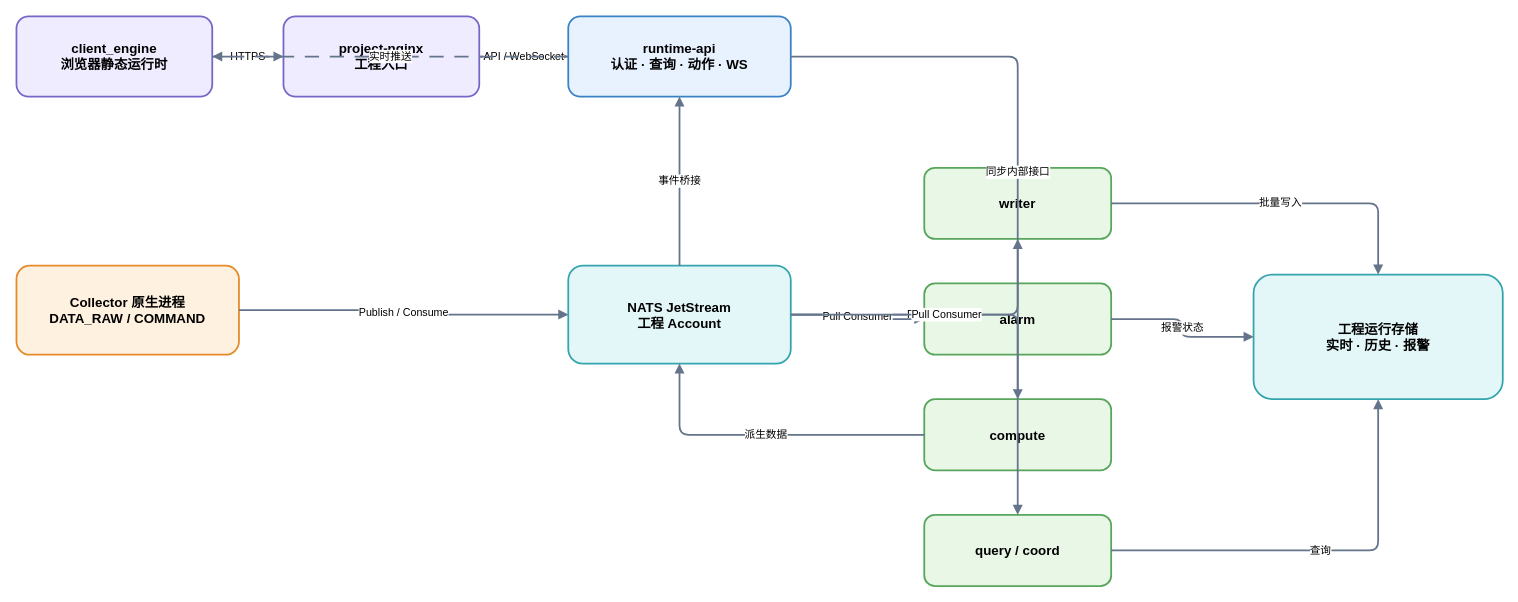
This is docs/diagrams/工程运行微服务交互.drawio from hsworld-top/InduForge, a draw.io file, before an edit. Source tidied: cells renumbered, new cells numbered last; positions are measured from the earlier drawing's top-left corner, leaving out a move shared by most shapes. Both pictures are drawn from the tidied source at 89%, with x=0, y=0 at pixel (16, 16).
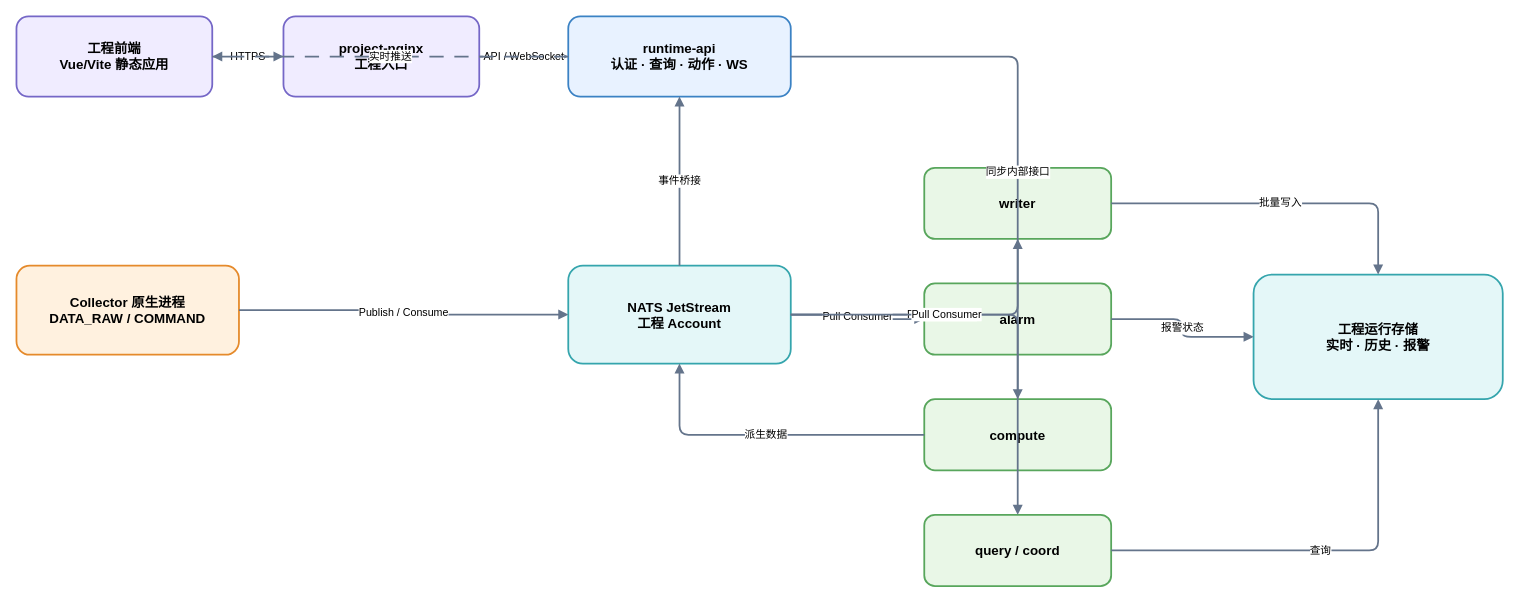
The same diagram, later.

What changed in the source:
```diff
@@
-    <mxCell id="2" value="client_engine&lt;br&gt;浏览器静态运行时" style="rounded=1;whiteSpace=wrap;html=1;fillColor=#F0ECFF;strokeColor=#7567C7;strokeWidth=2;fontSize=15;fontFamily=Microsoft YaHei;fontStyle=1;" parent="1" vertex="1">
+    <mxCell id="2" value="工程前端&lt;br&gt;Vue/Vite 静态应用" style="rounded=1;whiteSpace=wrap;html=1;fillColor=#F0ECFF;strokeColor=#7567C7;strokeWidth=2;fontSize=15;fontFamily=Microsoft YaHei;fontStyle=1;" parent="1" vertex="1">
       <mxGeometry width="220" height="90" as="geometry" />
     </mxCell>
```
